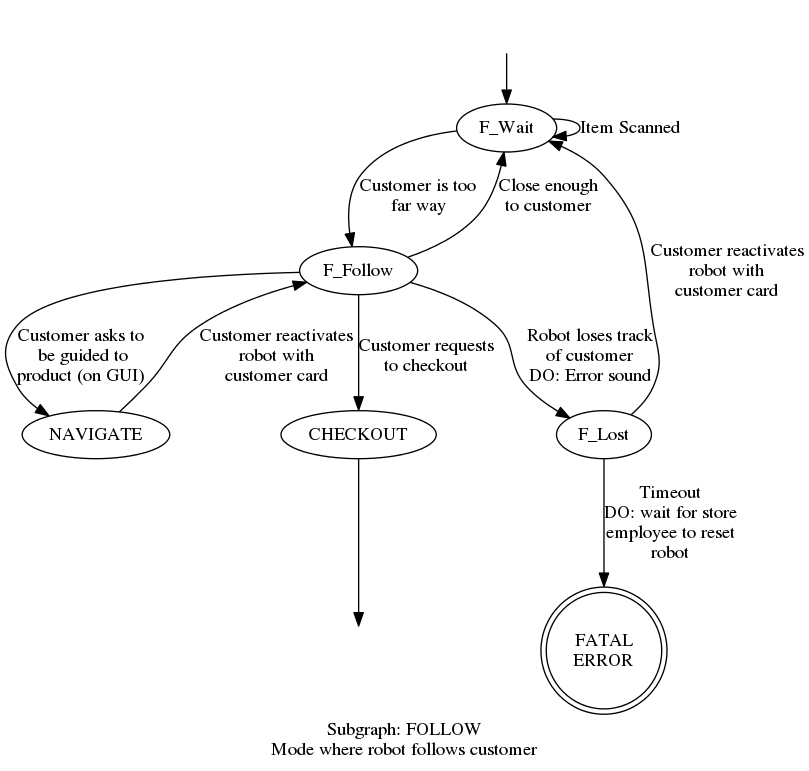
The Graphviz diagram fsms/follow.png in s9wischu/uow_Botinator, before a commit. Its source is kept beside it as fsms/follow.dot. Source of this version:
```dot
digraph finite_state_machine {

        label = "Subgraph: FOLLOW\nMode where robot follows customer";
        F_invisible_start [ style=invis ]
        F_invisible_end [ style=invis ]
        F_Error [shape=doublecircle]
        F_NAVIGATE [label="NAVIGATE"]
        F_Error [label="FATAL\nERROR"]
        F_Checkout [label="CHECKOUT"]


        F_invisible_start -> F_Wait
        F_Wait -> F_Follow [ label="Customer is too\nfar way" ]
        F_Follow -> F_Lost [ label = "Robot loses track\nof customer\nDO: Error sound" ]
        F_Follow -> F_Wait [ label = "Close enough\nto customer" ]
        F_Wait -> F_Wait [ label = "Item Scanned" ]
        F_Lost -> F_Wait [ label = "Customer reactivates\nrobot with\ncustomer card" ]
        F_Lost -> F_Error [ label = "Timeout\nDO: wait for store\nemployee to reset\nrobot" ]

        F_Follow -> F_NAVIGATE [ label = "Customer asks to\n be guided to\nproduct (on GUI)"]
        F_NAVIGATE -> F_Follow [ label = "Customer reactivates\nrobot with\ncustomer card"]

        F_Follow -> F_Checkout [ label = "Customer requests\nto checkout" ]
        F_Checkout -> F_invisible_end



}
```
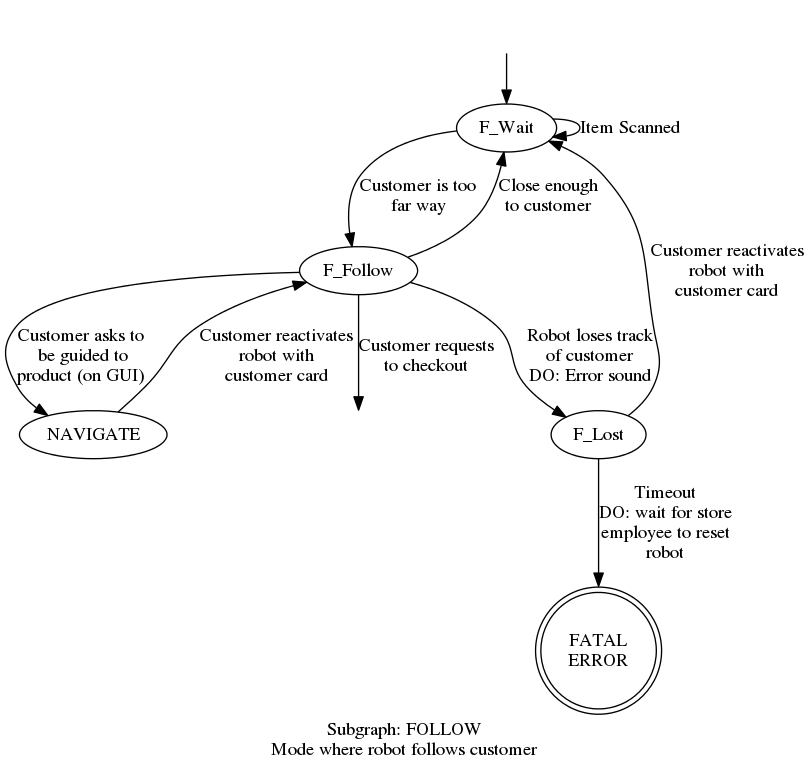
After the change.

What changed in the source:
```diff
@@ -6,7 +6,6 @@
         F_Error [shape=doublecircle]
         F_NAVIGATE [label="NAVIGATE"]
         F_Error [label="FATAL\nERROR"]
-        F_Checkout [label="CHECKOUT"]
 
 
         F_invisible_start -> F_Wait
@@ -20,8 +19,8 @@
         F_Follow -> F_NAVIGATE [ label = "Customer asks to\n be guided to\nproduct (on GUI)"]
         F_NAVIGATE -> F_Follow [ label = "Customer reactivates\nrobot with\ncustomer card"]
 
-        F_Follow -> F_Checkout [ label = "Customer requests\nto checkout" ]
-        F_Checkout -> F_invisible_end
+        F_Follow -> F_invisible_end [ label = "Customer requests\nto checkout" ]
+
 
 
 
```
